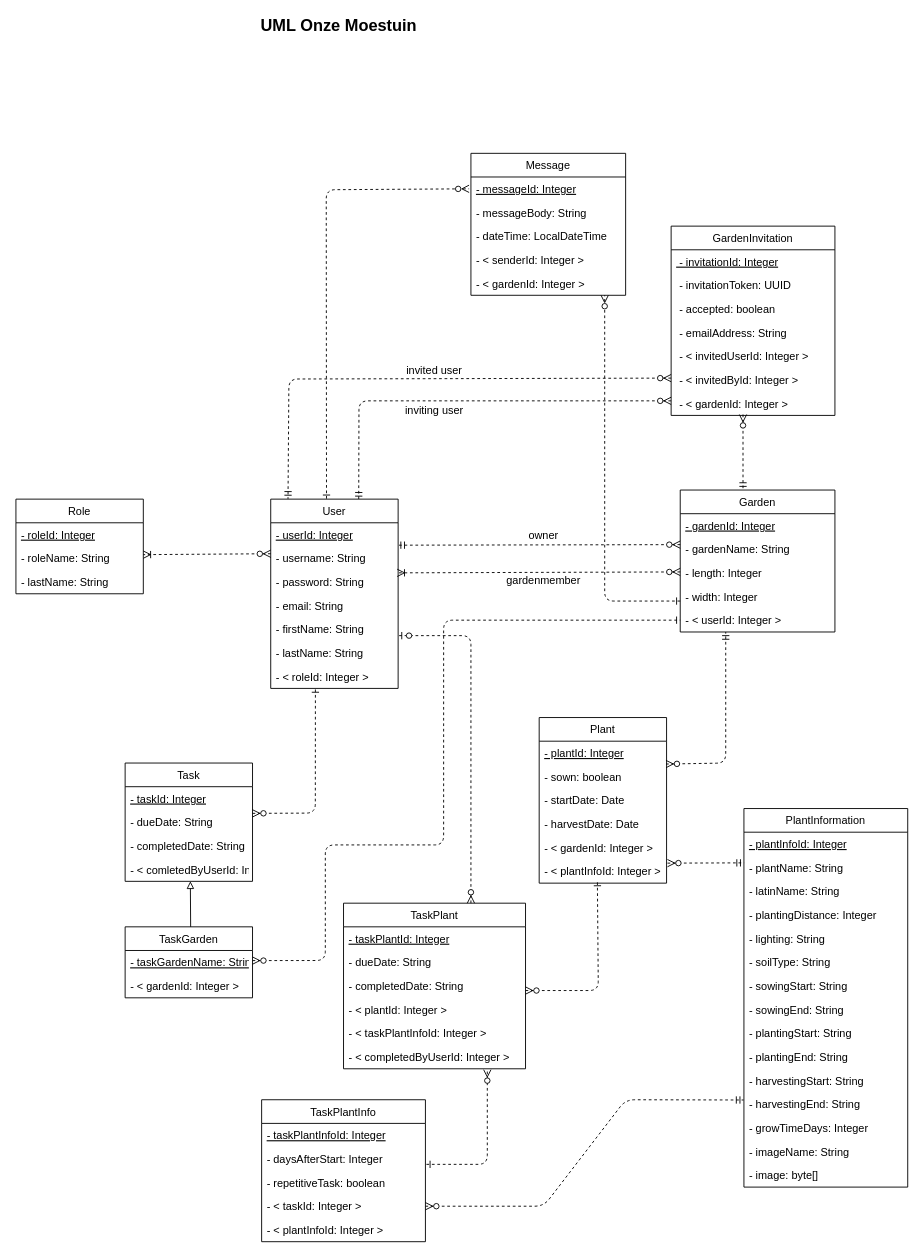
Earlier version of the draw.io diagram src/main/resources/diagrams/update10022020.drawio (PatriciaOrriens/onzeMoestuin). Source tidied: cells renumbered, new cells numbered last; positions are measured from the earlier drawing's top-left corner, leaving out a move shared by most shapes. Both pictures are drawn from the tidied source at 91%, with x=0, y=0 at pixel (15, 16).
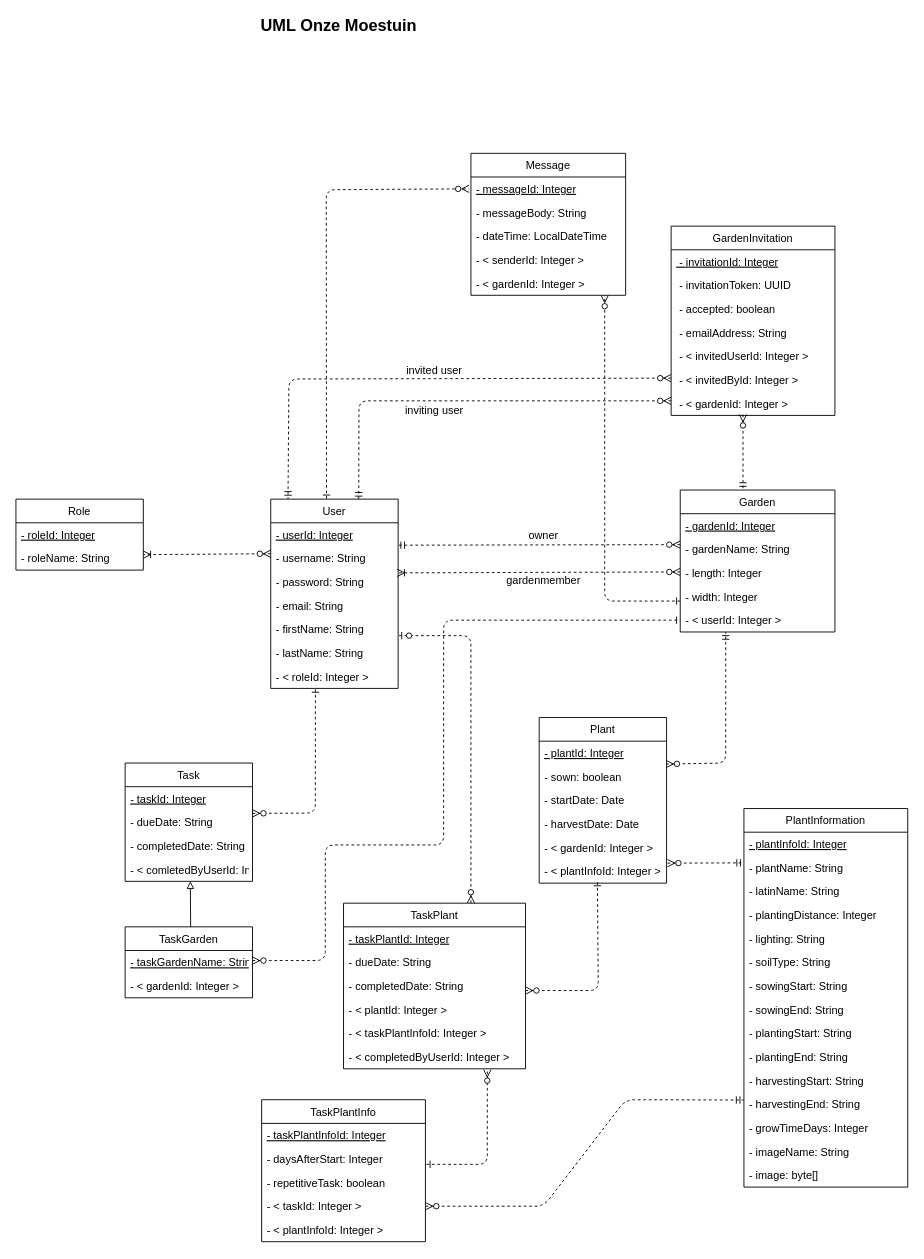
Above is the later version.

Commit message:
removed attribute from Role entity

What changed in the source:
```diff
@@
     <mxCell id="82" value="Role" style="swimlane;fontStyle=0;horizontal=1;startSize=26;fillColor=none;" parent="1" vertex="1">
-      <mxGeometry y="530" width="140" height="104" as="geometry" />
+      <mxGeometry y="530" width="140" height="78" as="geometry" />
     </mxCell>
@@
-    <mxCell id="85" value="- lastName: String" style="text;strokeColor=none;fillColor=none;align=left;verticalAlign=top;spacingLeft=4;spacingRight=4;overflow=hidden;labelBackgroundColor=none;" parent="82" vertex="1">
-      <mxGeometry y="78" width="140" height="26" as="geometry" />
-    </mxCell>
```
